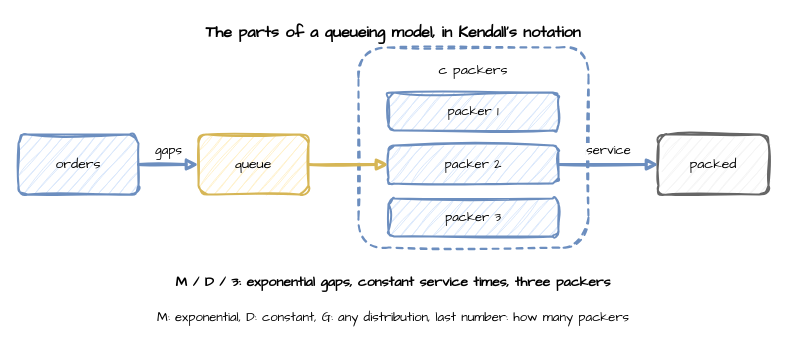
Earlier version of the draw.io diagram docs/assets/diagrams/queue-parts.drawio (jaehyeon-kim/desflow). Source tidied: cells renumbered, new cells numbered last; positions are measured from the earlier drawing's top-left corner, leaving out a move shared by most shapes. Both pictures are drawn from the tidied source at 100%, with x=0, y=0 at pixel (18, 17).
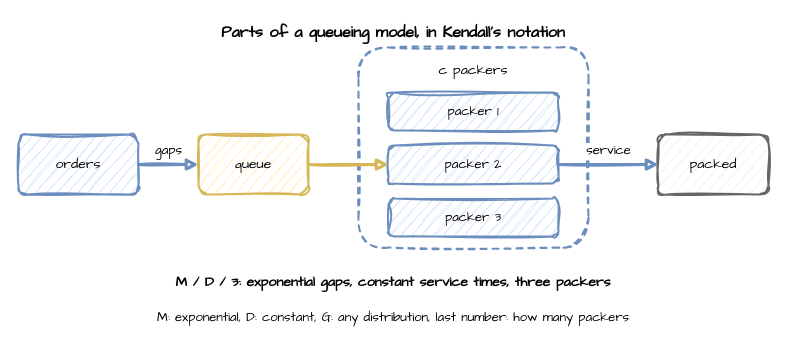
Above is the later version.

What changed in the source:
```diff
@@
 <mxGraphModel>
   <root>
     <mxCell id="0" />
     <mxCell id="1" parent="0" />
-    <mxCell id="2" value="The parts of a queueing model, in Kendall's notation" style="text;html=1;align=center;verticalAlign=middle;whiteSpace=wrap;sketch=1;curveFitting=1;jiggle=2;fontFamily=Comic Sans MS;fontSize=16;fontStyle=1;" parent="1" vertex="1">
+    <mxCell id="2" value="Parts of a queueing model, in Kendall's notation" style="text;html=1;align=center;verticalAlign=middle;whiteSpace=wrap;sketch=1;curveFitting=1;jiggle=2;fontFamily=Comic Sans MS;fontSize=16;fontStyle=1;" parent="1" vertex="1">
       <mxGeometry width="750" height="30" as="geometry" />
     </mxCell>
     <mxCell id="3" value="orders" style="rounded=1;whiteSpace=wrap;html=1;sketch=1;curveFitting=1;jiggle=2;fontFamily=Comic Sans MS;fontSize=14;fillColor=#dae8fc;strokeColor=#6c8ebf;strokeWidth=2;spacing=8;" parent="1" vertex="1">
       <mxGeometry y="117" width="120" height="60" as="geometry" />
     </mxCell>
     <mxCell id="4" value="queue" style="rounded=1;whiteSpace=wrap;html=1;sketch=1;curveFitting=1;jiggle=2;fontFamily=Comic Sans MS;fontSize=14;fillColor=#fff2cc;strokeColor=#d6b656;strokeWidth=2;spacing=8;" parent="1" vertex="1">
       <mxGeometry x="180" y="117" width="110" height="60" as="geometry" />
     </mxCell>
     <mxCell id="5" value="c packers" style="rounded=1;whiteSpace=wrap;html=1;sketch=1;curveFitting=1;jiggle=2;fontFamily=Comic Sans MS;fontSize=14;fillColor=none;strokeColor=#6c8ebf;strokeWidth=2;dashed=1;verticalAlign=top;align=center;spacingTop=8;" parent="1" vertex="1">
       <mxGeometry x="340" y="30" width="230" height="200" as="geometry" />
     </mxCell>
     <mxCell id="6" value="packer 1" style="rounded=1;whiteSpace=wrap;html=1;sketch=1;curveFitting=1;jiggle=2;fontFamily=Comic Sans MS;fontSize=13;fillColor=#dae8fc;strokeColor=#6c8ebf;strokeWidth=2;spacing=8;" parent="1" vertex="1">
       <mxGeometry x="370" y="75" width="170" height="38" as="geometry" />
     </mxCell>
     <mxCell id="7" value="packer 2" style="rounded=1;whiteSpace=wrap;html=1;sketch=1;curveFitting=1;jiggle=2;fontFamily=Comic Sans MS;fontSize=13;fillColor=#dae8fc;strokeColor=#6c8ebf;strokeWidth=2;spacing=8;" parent="1" vertex="1">
       <mxGeometry x="370" y="128" width="170" height="38" as="geometry" />
     </mxCell>
     <mxCell id="8" value="packer 3" style="rounded=1;whiteSpace=wrap;html=1;sketch=1;curveFitting=1;jiggle=2;fontFamily=Comic Sans MS;fontSize=13;fillColor=#dae8fc;strokeColor=#6c8ebf;strokeWidth=2;spacing=8;" parent="1" vertex="1">
       <mxGeometry x="370" y="181" width="170" height="38" as="geometry" />
     </mxCell>
     <mxCell id="9" value="packed" style="rounded=1;whiteSpace=wrap;html=1;sketch=1;curveFitting=1;jiggle=2;fontFamily=Comic Sans MS;fontSize=14;fillColor=#f5f5f5;strokeColor=#666666;strokeWidth=2;spacing=8;" parent="1" vertex="1">
       <mxGeometry x="640" y="117" width="110" height="60" as="geometry" />
     </mxCell>
     <mxCell id="10" value="gaps" style="edgeStyle=orthogonalEdgeStyle;rounded=0;sketch=1;html=1;strokeWidth=3;endArrow=block;strokeColor=#6c8ebf;fontFamily=Comic Sans MS;fontSize=13;labelBackgroundColor=#ffffff;exitX=1;exitY=0.5;exitDx=0;exitDy=0;entryX=0;entryY=0.5;entryDx=0;entryDy=0;" parent="1" edge="1" source="3" target="4">
       <mxGeometry relative="1" as="geometry">
         <mxPoint y="-14" as="offset" />
       </mxGeometry>
     </mxCell>
     <mxCell id="11" style="edgeStyle=orthogonalEdgeStyle;rounded=0;sketch=1;html=1;strokeWidth=3;endArrow=block;strokeColor=#d6b656;fontFamily=Comic Sans MS;fontSize=13;labelBackgroundColor=#ffffff;exitX=1;exitY=0.5;exitDx=0;exitDy=0;entryX=0;entryY=0.5;entryDx=0;entryDy=0;" parent="1" edge="1" source="4" target="7">
       <mxGeometry relative="1" as="geometry" />
     </mxCell>
     <mxCell id="12" value="service" style="edgeStyle=orthogonalEdgeStyle;rounded=0;sketch=1;html=1;strokeWidth=3;endArrow=block;strokeColor=#6c8ebf;fontFamily=Comic Sans MS;fontSize=13;labelBackgroundColor=#ffffff;exitX=1;exitY=0.5;exitDx=0;exitDy=0;entryX=0;entryY=0.5;entryDx=0;entryDy=0;" parent="1" edge="1" source="7" target="9">
       <mxGeometry relative="1" as="geometry">
         <mxPoint y="-14" as="offset" />
       </mxGeometry>
     </mxCell>
     <mxCell id="13" value="M / D / 3: exponential gaps, constant service times, three packers" style="text;html=1;align=center;verticalAlign=middle;whiteSpace=wrap;sketch=1;curveFitting=1;jiggle=2;fontFamily=Comic Sans MS;fontSize=14;fontStyle=1;" parent="1" vertex="1">
       <mxGeometry y="250" width="750" height="30" as="geometry" />
     </mxCell>
     <mxCell id="14" value="M: exponential, D: constant, G: any distribution, last number: how many packers" style="text;html=1;align=center;verticalAlign=middle;whiteSpace=wrap;sketch=1;curveFitting=1;jiggle=2;fontFamily=Comic Sans MS;fontSize=13;" parent="1" vertex="1">
       <mxGeometry y="285" width="750" height="30" as="geometry" />
     </mxCell>
   </root>
 </mxGraphModel>
```
